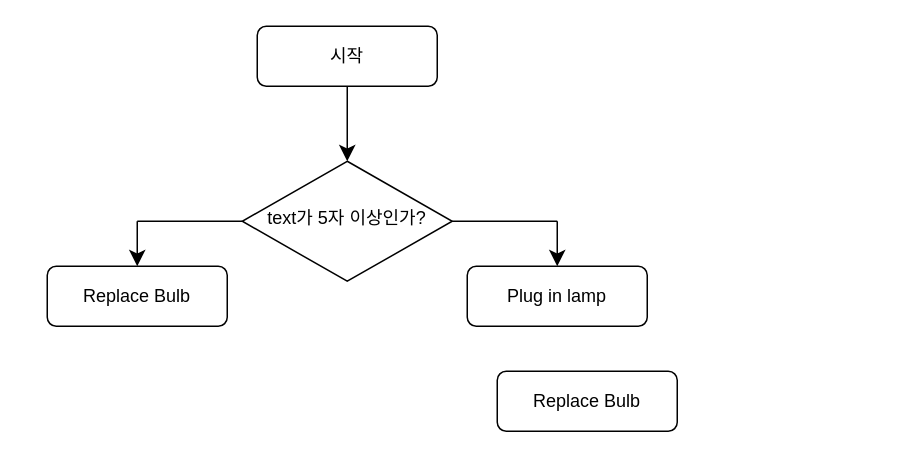
Before: draw.io/clubProblem.drawio in HyeeunKim07/assessment, a draw.io diagram. Source tidied: cells renumbered, new cells numbered last; positions are measured from the earlier drawing's top-left corner, leaving out a move shared by most shapes. Both pictures are drawn from the tidied source at 150%, with x=0, y=0 at pixel (46, 26).
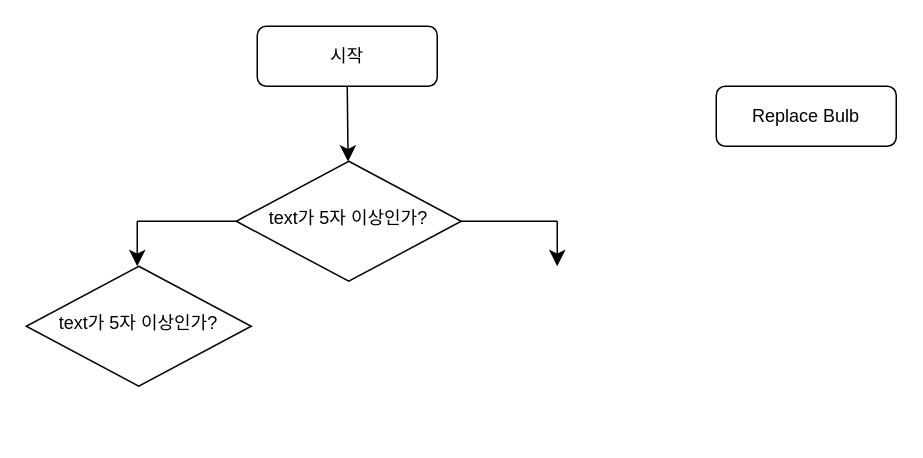
The same diagram, later.

What changed in the source:
```diff
@@
 <mxGraphModel>
   <root>
     <mxCell id="0" />
     <mxCell id="1" parent="0" />
     <mxCell id="2" value="시작" style="rounded=1;whiteSpace=wrap;html=1;fontSize=12;glass=0;strokeWidth=1;shadow=0;" parent="1" vertex="1">
       <mxGeometry x="140" width="120" height="40" as="geometry" />
     </mxCell>
     <mxCell id="3" value="text가 5자 이상인가?" style="rhombus;whiteSpace=wrap;html=1;shadow=0;fontFamily=Helvetica;fontSize=12;align=center;strokeWidth=1;spacing=6;spacingTop=-4;" parent="1" vertex="1">
-      <mxGeometry x="130" y="90" width="140" height="80" as="geometry" />
+      <mxGeometry x="126" y="90" width="150" height="80" as="geometry" />
     </mxCell>
-    <mxCell id="4" value="Plug in lamp" style="rounded=1;whiteSpace=wrap;html=1;fontSize=12;glass=0;strokeWidth=1;shadow=0;" parent="1" vertex="1">
-      <mxGeometry x="280" y="160" width="120" height="40" as="geometry" />
-    </mxCell>
-    <mxCell id="5" value="Replace Bulb" style="rounded=1;whiteSpace=wrap;html=1;fontSize=12;glass=0;strokeWidth=1;shadow=0;" parent="1" vertex="1">
-      <mxGeometry x="300" y="230" width="120" height="40" as="geometry" />
-    </mxCell>
     <mxCell id="6" style="endArrow=none;html=1;rounded=0;fontSize=12;startSize=8;endSize=8;curved=1;entryX=0;entryY=0.5;entryDx=0;entryDy=0;" parent="1" edge="1" target="3">
       <mxGeometry relative="1" as="geometry">
         <mxPoint x="60" y="130" as="sourcePoint" />
       </mxGeometry>
     </mxCell>
     <mxCell id="7" style="endArrow=classic;html=1;rounded=0;fontSize=12;startSize=8;endSize=8;curved=1;" parent="1" edge="1">
       <mxGeometry relative="1" as="geometry">
         <mxPoint x="60" y="130" as="sourcePoint" />
         <mxPoint x="60" y="160" as="targetPoint" />
       </mxGeometry>
     </mxCell>
     <mxCell id="8" style="endArrow=classic;html=1;rounded=0;fontSize=12;startSize=8;endSize=8;curved=1;exitX=0.5;exitY=1;exitDx=0;exitDy=0;" parent="1" edge="1" source="2" target="3">
       <mxGeometry relative="1" as="geometry" />
     </mxCell>
     <mxCell id="9" style="endArrow=none;html=1;rounded=0;fontSize=12;startSize=8;endSize=8;curved=1;exitX=1;exitY=0.5;exitDx=0;exitDy=0;" parent="1" edge="1" source="3">
       <mxGeometry relative="1" as="geometry">
         <mxPoint x="340" y="130" as="targetPoint" />
       </mxGeometry>
     </mxCell>
-    <mxCell id="10" style="endArrow=classic;html=1;rounded=0;fontSize=12;startSize=8;endSize=8;curved=1;" parent="1" edge="1" target="4">
+    <mxCell id="10" style="endArrow=classic;html=1;rounded=0;fontSize=12;startSize=8;endSize=8;curved=1;" parent="1" edge="1">
       <mxGeometry relative="1" as="geometry">
         <mxPoint x="340" y="130" as="sourcePoint" />
+        <mxPoint x="340" y="160" as="targetPoint" />
       </mxGeometry>
     </mxCell>
     <mxCell id="11" value="Replace Bulb" style="rounded=1;whiteSpace=wrap;html=1;fontSize=12;glass=0;strokeWidth=1;shadow=0;" parent="1" vertex="1">
-      <mxGeometry y="160" width="120" height="40" as="geometry" />
+      <mxGeometry x="446" y="40" width="120" height="40" as="geometry" />
     </mxCell>
+    <mxCell id="12" value="text가 5자 이상인가?" style="rhombus;whiteSpace=wrap;html=1;shadow=0;fontFamily=Helvetica;fontSize=12;align=center;strokeWidth=1;spacing=6;spacingTop=-4;" parent="1" vertex="1">
+      <mxGeometry x="-14" y="160" width="150" height="80" as="geometry" />
+    </mxCell>
   </root>
 </mxGraphModel>
```
